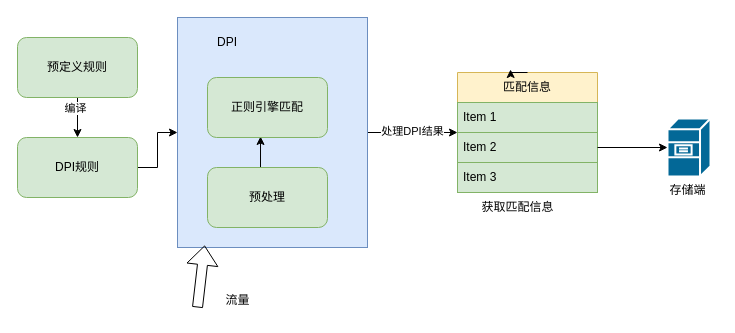
poetlife/diagrams keeps this draw.io diagram as 协议特征提取模块.drawio. Above is the earlier version. Source tidied: cells renumbered, new cells numbered last; positions are measured from the earlier drawing's top-left corner, leaving out a move shared by most shapes. Both pictures are drawn from the tidied source at 100%, with x=0, y=0 at pixel (17, 17).
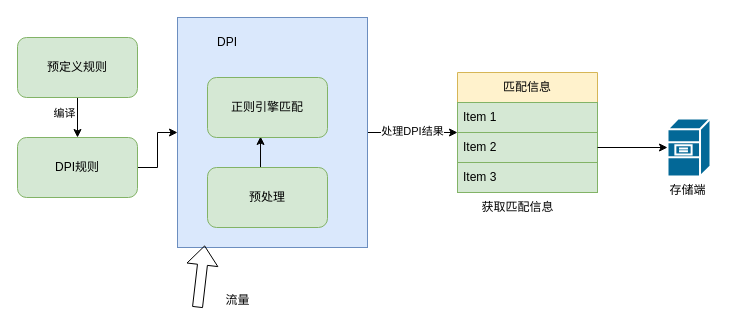
After the change.

Commit message:
更新协议特征提取模块.drawio

The change refers to these unchanged cells:
```xml
<mxCell id="2" style="edgeStyle=orthogonalEdgeStyle;rounded=0;jettySize=auto;html=1;exitX=0.5;exitY=1;exitDx=0;exitDy=0;" parent="1" edge="1" source="4" target="6">
  <mxGeometry relative="1" as="geometry" />
</mxCell>
<mxCell id="16" value="匹配信息" style="swimlane;fontStyle=0;horizontal=1;startSize=30;whiteSpace=wrap;html=1;fillColor=#fff2cc;strokeColor=#d6b656;" parent="1" vertex="1">
  <mxGeometry x="440" y="55" width="140" height="120" as="geometry" />
</mxCell>
```

Diff of the diagram source:
```diff
@@
     <mxCell id="3" value="编译" style="edgeLabel;html=1;align=center;verticalAlign=middle;" parent="2" vertex="1">
-      <mxGeometry x="-0.5" y="-3" relative="1" as="geometry" />
+      <mxGeometry x="-0.5" y="-3" relative="1" as="geometry">
+        <mxPoint x="-11" y="5" as="offset" />
+      </mxGeometry>
     </mxCell>
@@
-    <mxCell id="20" style="edgeStyle=orthogonalEdgeStyle;rounded=0;orthogonalLoop=1;jettySize=auto;html=1;exitX=0.5;exitY=0;exitDx=0;exitDy=0;entryX=0.379;entryY=-0.025;entryDx=0;entryDy=0;entryPerimeter=0;" parent="1" edge="1" source="16" target="16">
-      <mxGeometry relative="1" as="geometry" />
-    </mxCell>
```
